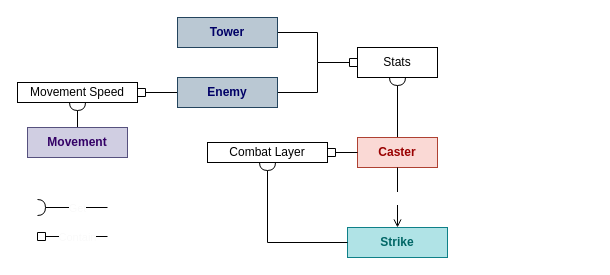
Before: Resources/Combat System.drawio in Huntrt/GameOff-2022, a draw.io diagram. Source tidied: cells renumbered, new cells numbered last; positions are measured from the earlier drawing's top-left corner, leaving out a move shared by most shapes. Both pictures are drawn from the tidied source at 100%, with x=0, y=0 at pixel (17, 17).
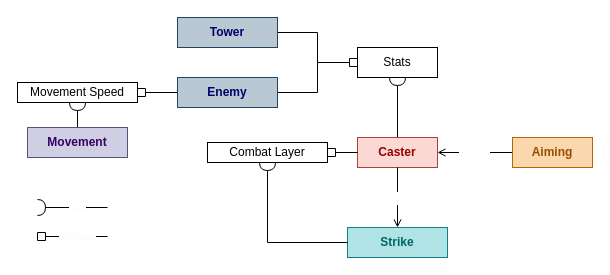
The same diagram, later.

Commit message:
Added aiming to combat system drawio

Unchanged cells that the change refers to:
```xml
<mxCell id="9" value="&lt;font&gt;Caster&lt;br&gt;&lt;/font&gt;" style="rounded=0;whiteSpace=wrap;html=1;fillColor=#fad9d5;strokeColor=#ae4132;fontFamily=Jetbrains Mono;fontStyle=1;fontColor=#990000;" parent="1" vertex="1">
  <mxGeometry x="340" y="120" width="80" height="30" as="geometry" />
</mxCell>
```

The edit, as a diff of the source:
```diff
@@
+    <mxCell id="23" value="&lt;font color=&quot;#ffffff&quot; face=&quot;Jetbrains Mono&quot;&gt;Detect&lt;/font&gt;" style="edgeStyle=none;html=1;exitX=0;exitY=0.5;exitDx=0;exitDy=0;fontColor=#004C99;endArrow=open;endFill=0;entryX=1;entryY=0.5;entryDx=0;entryDy=0;" parent="1" edge="1" source="24" target="9">
+      <mxGeometry relative="1" as="geometry" />
+    </mxCell>
+    <mxCell id="24" value="&lt;font&gt;Aiming&lt;br&gt;&lt;/font&gt;" style="rounded=0;whiteSpace=wrap;html=1;fillColor=#fad7ac;strokeColor=#b46504;fontFamily=Jetbrains Mono;fontStyle=1;fontColor=#994C00;" parent="1" vertex="1">
+      <mxGeometry x="495" y="120" width="80" height="30" as="geometry" />
+    </mxCell>
```
